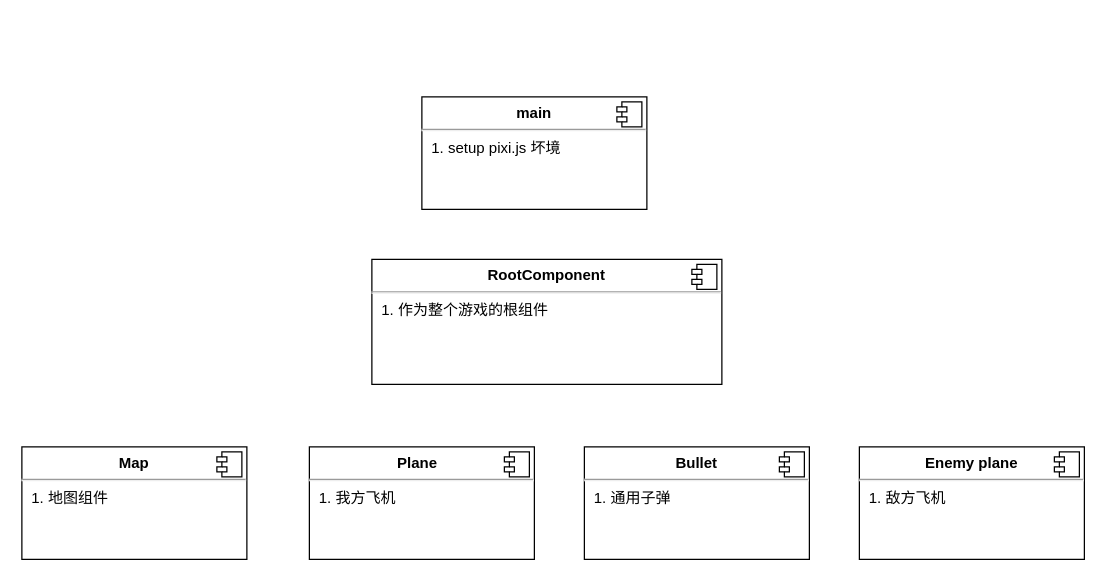
The draw.io diagram example/play-plane/flow.dio in cuixiaorui/vue-pixijs, before the edit. Source tidied: cells renumbered, new cells numbered last; positions are measured from the earlier drawing's top-left corner, leaving out a move shared by most shapes. Both pictures are drawn from the tidied source at 125%, with x=0, y=0 at pixel (21, 96).
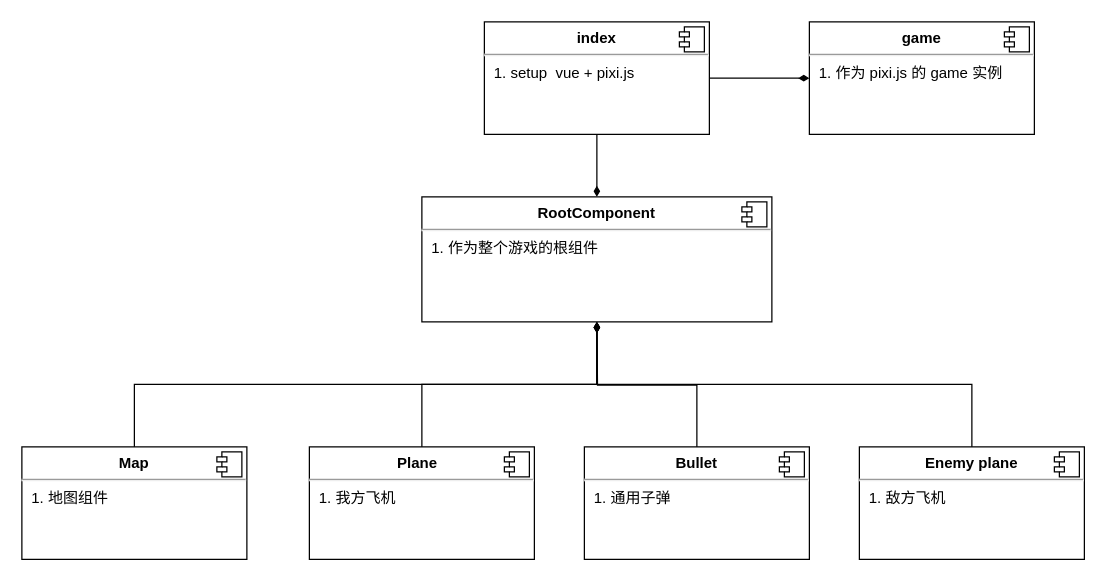
The same diagram, later.

Commit message:
doc: update pley-plane uml

Unchanged cells that the change refers to:
```xml
<mxCell id="4" value="&lt;p style=&quot;margin: 0px ; margin-top: 6px ; text-align: center&quot;&gt;&lt;b&gt;Map&lt;/b&gt;&lt;/p&gt;&lt;hr&gt;&lt;p style=&quot;margin: 0px ; margin-left: 8px&quot;&gt;1. 地图组件&lt;/p&gt;" style="align=left;overflow=fill;html=1;" parent="1" vertex="1">
  <mxGeometry y="280" width="180" height="90" as="geometry" />
</mxCell>
<mxCell id="6" value="&lt;p style=&quot;margin: 0px ; margin-top: 6px ; text-align: center&quot;&gt;&lt;b&gt;Plane&amp;nbsp;&amp;nbsp;&lt;/b&gt;&lt;/p&gt;&lt;hr&gt;&lt;p style=&quot;margin: 0px ; margin-left: 8px&quot;&gt;1. 我方飞机&lt;/p&gt;" style="align=left;overflow=fill;html=1;" parent="1" vertex="1">
  <mxGeometry x="230" y="280" width="180" height="90" as="geometry" />
</mxCell>
<mxCell id="8" value="&lt;p style=&quot;margin: 0px ; margin-top: 6px ; text-align: center&quot;&gt;&lt;b&gt;Bullet&lt;/b&gt;&lt;/p&gt;&lt;hr&gt;&lt;p style=&quot;margin: 0px ; margin-left: 8px&quot;&gt;1. 通用子弹&lt;/p&gt;" style="align=left;overflow=fill;html=1;" parent="1" vertex="1">
  <mxGeometry x="450" y="280" width="180" height="90" as="geometry" />
</mxCell>
<mxCell id="12" value="&lt;p style=&quot;margin: 0px ; margin-top: 6px ; text-align: center&quot;&gt;&lt;b&gt;Enemy plane&lt;/b&gt;&lt;br&gt;&lt;/p&gt;&lt;hr&gt;&lt;p style=&quot;margin: 0px ; margin-left: 8px&quot;&gt;1. 敌方飞机&lt;/p&gt;&lt;p style=&quot;margin: 0px ; margin-left: 8px&quot;&gt;&lt;br&gt;&lt;/p&gt;" style="align=left;overflow=fill;html=1;" parent="1" vertex="1">
  <mxGeometry x="670" y="280" width="180" height="90" as="geometry" />
</mxCell>
```

What changed in the source:
```diff
@@
+    <mxCell id="14" style="edgeStyle=orthogonalEdgeStyle;rounded=0;jettySize=auto;html=1;entryX=0;entryY=0.5;entryDx=0;entryDy=0;endArrow=diamondThin;endFill=1;" parent="1" edge="1" source="2" target="20">
+      <mxGeometry relative="1" as="geometry" />
+    </mxCell>
+    <mxCell id="15" style="edgeStyle=orthogonalEdgeStyle;rounded=0;jettySize=auto;html=1;entryX=0.5;entryY=0;entryDx=0;entryDy=0;endArrow=diamondThin;endFill=1;" parent="1" edge="1" source="2" target="10">
+      <mxGeometry relative="1" as="geometry" />
+    </mxCell>
-    <mxCell id="2" value="&lt;p style=&quot;margin: 0px ; margin-top: 6px ; text-align: center&quot;&gt;&lt;b&gt;main&lt;/b&gt;&lt;/p&gt;&lt;hr&gt;&lt;p style=&quot;margin: 0px ; margin-left: 8px&quot;&gt;1. setup pixi.js 坏境&lt;/p&gt;" style="align=left;overflow=fill;html=1;" parent="1" vertex="1">
-      <mxGeometry x="320" width="180" height="90" as="geometry" />
+    <mxCell id="2" value="&lt;p style=&quot;margin: 0px ; margin-top: 6px ; text-align: center&quot;&gt;&lt;b&gt;index&lt;/b&gt;&lt;/p&gt;&lt;hr&gt;&lt;p style=&quot;margin: 0px ; margin-left: 8px&quot;&gt;1. setup&amp;nbsp; vue + pixi.js&lt;/p&gt;" style="align=left;overflow=fill;html=1;" parent="1" vertex="1">
+      <mxGeometry x="370" y="-60" width="180" height="90" as="geometry" />
     </mxCell>
@@
+    <mxCell id="16" style="edgeStyle=orthogonalEdgeStyle;rounded=0;jettySize=auto;html=1;entryX=0.5;entryY=1;entryDx=0;entryDy=0;endArrow=diamondThin;endFill=1;" parent="1" edge="1" source="4" target="10">
+      <mxGeometry relative="1" as="geometry">
+        <Array as="points">
+          <mxPoint x="90" y="230" />
+          <mxPoint x="460" y="230" />
+        </Array>
+      </mxGeometry>
+    </mxCell>
@@
+    <mxCell id="17" style="edgeStyle=orthogonalEdgeStyle;rounded=0;jettySize=auto;html=1;endArrow=diamondThin;endFill=1;" parent="1" edge="1" source="6">
+      <mxGeometry relative="1" as="geometry">
+        <mxPoint x="460" y="180" as="targetPoint" />
+        <Array as="points">
+          <mxPoint x="320" y="230" />
+          <mxPoint x="460" y="230" />
+        </Array>
+      </mxGeometry>
+    </mxCell>
@@
+    <mxCell id="18" style="edgeStyle=orthogonalEdgeStyle;rounded=0;jettySize=auto;html=1;endArrow=diamondThin;endFill=1;" parent="1" edge="1" source="8">
+      <mxGeometry relative="1" as="geometry">
+        <mxPoint x="460" y="180" as="targetPoint" />
+      </mxGeometry>
+    </mxCell>
@@
     <mxCell id="10" value="&lt;p style=&quot;margin: 0px ; margin-top: 6px ; text-align: center&quot;&gt;&lt;b&gt;RootComponent&lt;/b&gt;&lt;br&gt;&lt;/p&gt;&lt;hr&gt;&lt;p style=&quot;margin: 0px ; margin-left: 8px&quot;&gt;1. 作为整个游戏的根组件&lt;/p&gt;" style="align=left;overflow=fill;html=1;" parent="1" vertex="1">
-      <mxGeometry x="280" y="130" width="280" height="100" as="geometry" />
+      <mxGeometry x="320" y="80" width="280" height="100" as="geometry" />
     </mxCell>
@@
+    <mxCell id="19" style="edgeStyle=orthogonalEdgeStyle;rounded=0;jettySize=auto;html=1;entryX=0.5;entryY=1;entryDx=0;entryDy=0;endArrow=diamondThin;endFill=1;" parent="1" edge="1" source="12" target="10">
+      <mxGeometry relative="1" as="geometry">
+        <Array as="points">
+          <mxPoint x="760" y="230" />
+          <mxPoint x="460" y="230" />
+        </Array>
+      </mxGeometry>
+    </mxCell>
@@
+    <mxCell id="20" value="&lt;p style=&quot;margin: 0px ; margin-top: 6px ; text-align: center&quot;&gt;&lt;b&gt;game&lt;/b&gt;&lt;/p&gt;&lt;hr&gt;&lt;p style=&quot;margin: 0px ; margin-left: 8px&quot;&gt;1. 作为 pixi.js 的 game 实例&lt;/p&gt;" style="align=left;overflow=fill;html=1;" parent="1" vertex="1">
+      <mxGeometry x="630" y="-60" width="180" height="90" as="geometry" />
+    </mxCell>
+    <mxCell id="21" style="shape=component;jettyWidth=8;jettyHeight=4;" parent="20" vertex="1">
+      <mxGeometry x="1" width="20" height="20" relative="1" as="geometry">
+        <mxPoint x="-24" y="4" as="offset" />
+      </mxGeometry>
+    </mxCell>
```
